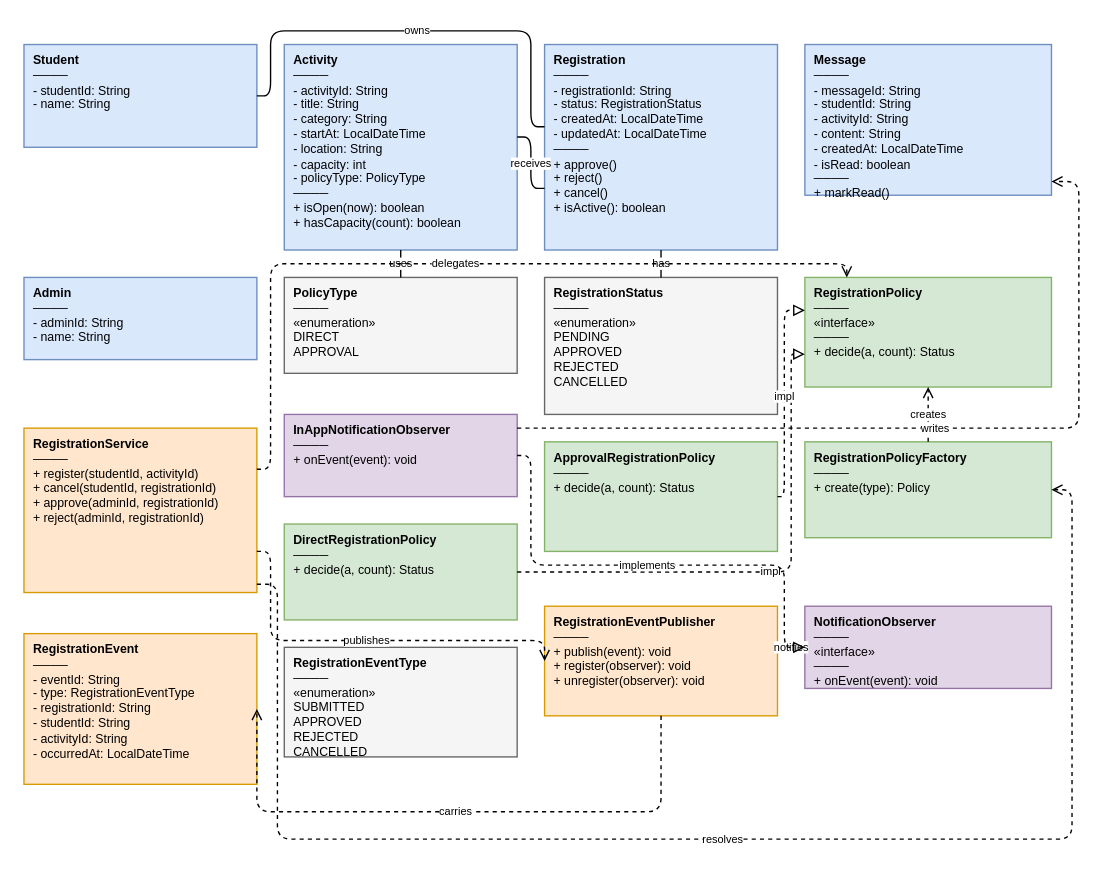
Before: page "02 类图" (2 of 5) of docs/design/diagrams/CampusEvent-design.drawio in Cynyun/CampusEvent, a draw.io diagram. Source tidied: cells renumbered, new cells numbered last; positions are measured from the earlier drawing's top-left corner, leaving out a move shared by most shapes. Both pictures are drawn from the tidied source at 137%, with x=0, y=0 at pixel (23, 30).
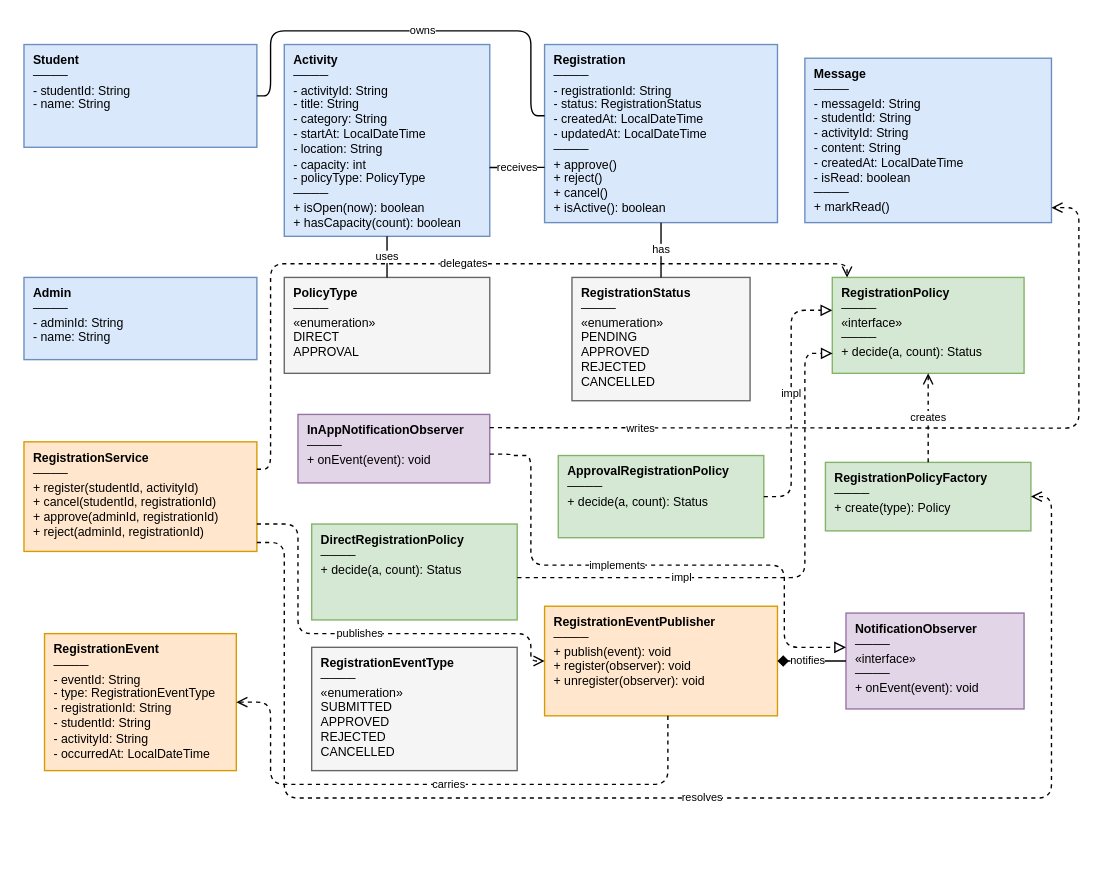
Above is the later version.

Unchanged cells that the change refers to:
```xml
<mxCell id="2" value="&lt;b&gt;Student&lt;/b&gt;&lt;br&gt;────&lt;br&gt;- studentId: String&lt;br&gt;- name: String" style="rounded=0;fillColor=#dae8fc;strokeColor=#6c8ebf;fontSize=9;align=left;verticalAlign=top;spacingLeft=5;spacingRight=5;whiteSpace=wrap;html=1;" parent="1" vertex="1">
  <mxGeometry y="10" width="170" height="75" as="geometry" />
</mxCell>
<mxCell id="17" value="&lt;b&gt;RegistrationEventPublisher&lt;/b&gt;&lt;br&gt;────&lt;br&gt;+ publish(event): void&lt;br&gt;+ register(observer): void&lt;br&gt;+ unregister(observer): void" style="rounded=0;fillColor=#ffe6cc;strokeColor=#d79b00;fontSize=9;align=left;verticalAlign=top;spacingLeft=5;spacingRight=5;whiteSpace=wrap;html=1;" parent="1" vertex="1">
  <mxGeometry x="380" y="420" width="170" height="80" as="geometry" />
</mxCell>
```

The edit, as a diff of the source:
```diff
@@
     <mxCell id="3" value="&lt;b&gt;Activity&lt;/b&gt;&lt;br&gt;────&lt;br&gt;- activityId: String&lt;br&gt;- title: String&lt;br&gt;- category: String&lt;br&gt;- startAt: LocalDateTime&lt;br&gt;- location: String&lt;br&gt;- capacity: int&lt;br&gt;- policyType: PolicyType&lt;br&gt;────&lt;br&gt;+ isOpen(now): boolean&lt;br&gt;+ hasCapacity(count): boolean" style="rounded=0;fillColor=#dae8fc;strokeColor=#6c8ebf;fontSize=9;align=left;verticalAlign=top;spacingLeft=5;spacingRight=5;whiteSpace=wrap;html=1;" parent="1" vertex="1">
-      <mxGeometry x="190" y="10" width="170" height="150" as="geometry" />
+      <mxGeometry x="190" y="10" width="150" height="140" as="geometry" />
     </mxCell>
     <mxCell id="4" value="&lt;b&gt;Registration&lt;/b&gt;&lt;br&gt;────&lt;br&gt;- registrationId: String&lt;br&gt;- status: RegistrationStatus&lt;br&gt;- createdAt: LocalDateTime&lt;br&gt;- updatedAt: LocalDateTime&lt;br&gt;────&lt;br&gt;+ approve()&lt;br&gt;+ reject()&lt;br&gt;+ cancel()&lt;br&gt;+ isActive(): boolean" style="rounded=0;fillColor=#dae8fc;strokeColor=#6c8ebf;fontSize=9;align=left;verticalAlign=top;spacingLeft=5;spacingRight=5;whiteSpace=wrap;html=1;" parent="1" vertex="1">
-      <mxGeometry x="380" y="10" width="170" height="150" as="geometry" />
+      <mxGeometry x="380" y="10" width="170" height="130" as="geometry" />
     </mxCell>
     <mxCell id="5" value="&lt;b&gt;Message&lt;/b&gt;&lt;br&gt;────&lt;br&gt;- messageId: String&lt;br&gt;- studentId: String&lt;br&gt;- activityId: String&lt;br&gt;- content: String&lt;br&gt;- createdAt: LocalDateTime&lt;br&gt;- isRead: boolean&lt;br&gt;────&lt;br&gt;+ markRead()" style="rounded=0;fillColor=#dae8fc;strokeColor=#6c8ebf;fontSize=9;align=left;verticalAlign=top;spacingLeft=5;spacingRight=5;whiteSpace=wrap;html=1;" parent="1" vertex="1">
-      <mxGeometry x="570" y="10" width="180" height="110" as="geometry" />
+      <mxGeometry x="570" y="20" width="180" height="120" as="geometry" />
     </mxCell>
@@
     <mxCell id="7" value="&lt;b&gt;PolicyType&lt;/b&gt;&lt;br&gt;────&lt;br&gt;«enumeration»&lt;br&gt;DIRECT&lt;br&gt;APPROVAL" style="rounded=0;fillColor=#f5f5f5;strokeColor=#666666;fontSize=9;align=left;verticalAlign=top;spacingLeft=5;spacingRight=5;whiteSpace=wrap;html=1;" parent="1" vertex="1">
-      <mxGeometry x="190" y="180" width="170" height="70" as="geometry" />
+      <mxGeometry x="190" y="180" width="150" height="70" as="geometry" />
     </mxCell>
     <mxCell id="8" value="&lt;b&gt;RegistrationStatus&lt;/b&gt;&lt;br&gt;────&lt;br&gt;«enumeration»&lt;br&gt;PENDING&lt;br&gt;APPROVED&lt;br&gt;REJECTED&lt;br&gt;CANCELLED" style="rounded=0;fillColor=#f5f5f5;strokeColor=#666666;fontSize=9;align=left;verticalAlign=top;spacingLeft=5;spacingRight=5;whiteSpace=wrap;html=1;" parent="1" vertex="1">
-      <mxGeometry x="380" y="180" width="170" height="100" as="geometry" />
+      <mxGeometry x="400" y="180" width="130" height="90" as="geometry" />
     </mxCell>
     <mxCell id="9" value="&lt;b&gt;RegistrationPolicy&lt;/b&gt;&lt;br&gt;────&lt;br&gt;«interface»&lt;br&gt;────&lt;br&gt;+ decide(a, count): Status" style="rounded=0;fillColor=#d5e8d4;strokeColor=#82b366;fontSize=9;align=left;verticalAlign=top;spacingLeft=5;spacingRight=5;whiteSpace=wrap;html=1;" parent="1" vertex="1">
-      <mxGeometry x="570" y="180" width="180" height="80" as="geometry" />
+      <mxGeometry x="590" y="180" width="140" height="70" as="geometry" />
     </mxCell>
     <mxCell id="10" value="&lt;b&gt;InAppNotificationObserver&lt;/b&gt;&lt;br&gt;────&lt;br&gt;+ onEvent(event): void" style="rounded=0;fillColor=#e1d5e7;strokeColor=#9673a6;fontSize=9;align=left;verticalAlign=top;spacingLeft=5;spacingRight=5;whiteSpace=wrap;html=1;" parent="1" vertex="1">
-      <mxGeometry x="190" y="280" width="170" height="60" as="geometry" />
+      <mxGeometry x="200" y="280" width="140" height="50" as="geometry" />
     </mxCell>
     <mxCell id="11" value="&lt;b&gt;DirectRegistrationPolicy&lt;/b&gt;&lt;br&gt;────&lt;br&gt;+ decide(a, count): Status" style="rounded=0;fillColor=#d5e8d4;strokeColor=#82b366;fontSize=9;align=left;verticalAlign=top;spacingLeft=5;spacingRight=5;whiteSpace=wrap;html=1;" parent="1" vertex="1">
-      <mxGeometry x="190" y="360" width="170" height="70" as="geometry" />
+      <mxGeometry x="210" y="360" width="150" height="70" as="geometry" />
     </mxCell>
     <mxCell id="12" value="&lt;b&gt;ApprovalRegistrationPolicy&lt;/b&gt;&lt;br&gt;────&lt;br&gt;+ decide(a, count): Status" style="rounded=0;fillColor=#d5e8d4;strokeColor=#82b366;fontSize=9;align=left;verticalAlign=top;spacingLeft=5;spacingRight=5;whiteSpace=wrap;html=1;" parent="1" vertex="1">
-      <mxGeometry x="380" y="300" width="170" height="80" as="geometry" />
+      <mxGeometry x="390" y="310" width="150" height="60" as="geometry" />
     </mxCell>
     <mxCell id="13" value="&lt;b&gt;RegistrationPolicyFactory&lt;/b&gt;&lt;br&gt;────&lt;br&gt;+ create(type): Policy" style="rounded=0;fillColor=#d5e8d4;strokeColor=#82b366;fontSize=9;align=left;verticalAlign=top;spacingLeft=5;spacingRight=5;whiteSpace=wrap;html=1;" parent="1" vertex="1">
-      <mxGeometry x="570" y="300" width="180" height="70" as="geometry" />
+      <mxGeometry x="585" y="315" width="150" height="50" as="geometry" />
     </mxCell>
     <mxCell id="14" value="&lt;b&gt;RegistrationService&lt;/b&gt;&lt;br&gt;────&lt;br&gt;+ register(studentId, activityId)&lt;br&gt;+ cancel(studentId, registrationId)&lt;br&gt;+ approve(adminId, registrationId)&lt;br&gt;+ reject(adminId, registrationId)" style="rounded=0;fillColor=#ffe6cc;strokeColor=#d79b00;fontSize=9;align=left;verticalAlign=top;spacingLeft=5;spacingRight=5;whiteSpace=wrap;html=1;" parent="1" vertex="1">
-      <mxGeometry y="290" width="170" height="120" as="geometry" />
+      <mxGeometry y="300" width="170" height="80" as="geometry" />
     </mxCell>
     <mxCell id="15" value="&lt;b&gt;RegistrationEvent&lt;/b&gt;&lt;br&gt;────&lt;br&gt;- eventId: String&lt;br&gt;- type: RegistrationEventType&lt;br&gt;- registrationId: String&lt;br&gt;- studentId: String&lt;br&gt;- activityId: String&lt;br&gt;- occurredAt: LocalDateTime" style="rounded=0;fillColor=#ffe6cc;strokeColor=#d79b00;fontSize=9;align=left;verticalAlign=top;spacingLeft=5;spacingRight=5;whiteSpace=wrap;html=1;" parent="1" vertex="1">
-      <mxGeometry y="440" width="170" height="110" as="geometry" />
+      <mxGeometry x="15" y="440" width="140" height="100" as="geometry" />
     </mxCell>
     <mxCell id="16" value="&lt;b&gt;RegistrationEventType&lt;/b&gt;&lt;br&gt;────&lt;br&gt;«enumeration»&lt;br&gt;SUBMITTED&lt;br&gt;APPROVED&lt;br&gt;REJECTED&lt;br&gt;CANCELLED" style="rounded=0;fillColor=#f5f5f5;strokeColor=#666666;fontSize=9;align=left;verticalAlign=top;spacingLeft=5;spacingRight=5;whiteSpace=wrap;html=1;" parent="1" vertex="1">
-      <mxGeometry x="190" y="450" width="170" height="80" as="geometry" />
+      <mxGeometry x="210" y="450" width="150" height="90" as="geometry" />
     </mxCell>
@@
     <mxCell id="18" value="&lt;b&gt;NotificationObserver&lt;/b&gt;&lt;br&gt;────&lt;br&gt;«interface»&lt;br&gt;────&lt;br&gt;+ onEvent(event): void" style="rounded=0;fillColor=#e1d5e7;strokeColor=#9673a6;fontSize=9;align=left;verticalAlign=top;spacingLeft=5;spacingRight=5;whiteSpace=wrap;html=1;" parent="1" vertex="1">
-      <mxGeometry x="570" y="420" width="180" height="60" as="geometry" />
+      <mxGeometry x="600" y="425" width="130" height="70" as="geometry" />
     </mxCell>
     <mxCell id="19" value="owns" style="edgeStyle=orthogonalEdgeStyle;endArrow=none;fontSize=8;exitX=1;exitY=0.5;entryX=0;entryY=0.4;html=1;" parent="1" edge="1" source="2" target="4">
-      <mxGeometry relative="1" as="geometry">
+      <mxGeometry x="0.05" relative="1" as="geometry">
         <Array as="points">
-          <mxPoint x="180" y="48" />
+          <mxPoint x="180" y="47.5" />
           <mxPoint x="180" />
           <mxPoint x="370" />
-          <mxPoint x="370" y="70" />
+          <mxPoint x="370" y="62" />
         </Array>
       </mxGeometry>
     </mxCell>
-    <mxCell id="20" value="receives" style="edgeStyle=orthogonalEdgeStyle;endArrow=none;fontSize=8;exitX=1;exitY=0.45;entryX=0;entryY=0.7;html=1;" parent="1" edge="1" source="3" target="4">
-      <mxGeometry relative="1" as="geometry">
-        <Array as="points">
-          <mxPoint x="370" y="77" />
-          <mxPoint x="370" y="115" />
-        </Array>
-      </mxGeometry>
+    <mxCell id="20" value="receives" style="edgeStyle=orthogonalEdgeStyle;endArrow=none;fontSize=8;exitX=0.999;exitY=0.641;html=1;exitDx=0;exitDy=0;exitPerimeter=0;entryX=0;entryY=0.69;entryDx=0;entryDy=0;entryPerimeter=0;" parent="1" edge="1" source="3" target="4">
+      <mxGeometry relative="1" as="geometry" />
     </mxCell>
@@
-    <mxCell id="23" value="impl" style="endArrow=block;dashed=1;endFill=0;fontSize=8;html=1;edgeStyle=orthogonalEdgeStyle;exitX=1;exitY=0.5;entryX=0;entryY=0.7;" parent="1" edge="1" source="11" target="9">
-      <mxGeometry relative="1" as="geometry">
+    <mxCell id="23" value="impl" style="endArrow=block;dashed=1;endFill=0;fontSize=8;html=1;edgeStyle=orthogonalEdgeStyle;exitX=1.001;exitY=0.559;entryX=0.002;entryY=0.792;exitDx=0;exitDy=0;exitPerimeter=0;entryDx=0;entryDy=0;entryPerimeter=0;" parent="1" edge="1" source="11" target="9">
+      <mxGeometry x="-0.39" relative="1" as="geometry">
         <Array as="points">
-          <mxPoint x="560" y="395" />
-          <mxPoint x="560" y="236" />
+          <mxPoint x="570" y="399.1" />
+          <mxPoint x="570" y="235.4" />
         </Array>
       </mxGeometry>
     </mxCell>
-    <mxCell id="24" value="impl" style="endArrow=block;dashed=1;endFill=0;fontSize=8;html=1;edgeStyle=orthogonalEdgeStyle;labelBackgroundColor=#ffffff;exitX=1;exitY=0.5;entryX=0;entryY=0.3;" parent="1" edge="1" source="12" target="9">
-      <mxGeometry relative="1" as="geometry">
+    <mxCell id="24" value="impl" style="endArrow=block;dashed=1;endFill=0;fontSize=8;html=1;edgeStyle=orthogonalEdgeStyle;labelBackgroundColor=#ffffff;exitX=1;exitY=0.5;" parent="1" edge="1" source="12">
+      <mxGeometry x="0.02" relative="1" as="geometry">
+        <mxPoint x="590" y="204" as="targetPoint" />
         <Array as="points">
-          <mxPoint x="555" y="340" />
-          <mxPoint x="555" y="204" />
+          <mxPoint x="560" y="340" />
+          <mxPoint x="560" y="204" />
         </Array>
       </mxGeometry>
     </mxCell>
@@
-    <mxCell id="26" value="delegates" style="edgeStyle=orthogonalEdgeStyle;endArrow=open;dashed=1;fontSize=8;exitX=1;exitY=0.25;entryX=0.17;entryY=0;html=1;" parent="1" edge="1" source="14" target="9">
-      <mxGeometry relative="1" as="geometry">
+    <mxCell id="26" value="delegates" style="edgeStyle=orthogonalEdgeStyle;endArrow=open;dashed=1;fontSize=8;exitX=1;exitY=0.25;entryX=0.077;entryY=0.002;html=1;entryDx=0;entryDy=0;entryPerimeter=0;" parent="1" edge="1" source="14" target="9">
+      <mxGeometry x="0.02" relative="1" as="geometry">
         <Array as="points">
           <mxPoint x="180" y="320" />
           <mxPoint x="180" y="170" />
-          <mxPoint x="600" y="170" />
+          <mxPoint x="600.8" y="170" />
         </Array>
       </mxGeometry>
     </mxCell>
     <mxCell id="27" value="publishes" style="edgeStyle=orthogonalEdgeStyle;endArrow=open;dashed=1;fontSize=8;exitX=1;exitY=0.75;entryX=0;entryY=0.5;html=1;" parent="1" edge="1" source="14" target="17">
       <mxGeometry relative="1" as="geometry">
         <Array as="points">
-          <mxPoint x="180" y="380" />
-          <mxPoint x="180" y="445" />
-          <mxPoint x="380" y="445" />
+          <mxPoint x="200" y="360" />
+          <mxPoint x="200" y="440" />
+          <mxPoint x="370" y="440" />
+          <mxPoint x="370" y="460" />
         </Array>
       </mxGeometry>
     </mxCell>
-    <mxCell id="28" value="notifies" style="edgeStyle=orthogonalEdgeStyle;fontSize=8;startArrow=diamond;startFill=1;endArrow=none;entryX=0;entryY=0.5;html=1;exitX=1;exitY=0.375;exitDx=0;exitDy=0;" parent="1" edge="1" source="17" target="18">
-      <mxGeometry relative="1" as="geometry" />
+    <mxCell id="28" value="notifies" style="edgeStyle=orthogonalEdgeStyle;fontSize=8;startArrow=diamond;startFill=1;endArrow=none;entryX=0;entryY=0.5;html=1;exitX=1;exitY=0.5;exitDx=0;exitDy=0;" parent="1" edge="1" source="17" target="18">
+      <mxGeometry x="-0.14" relative="1" as="geometry" />
     </mxCell>
-    <mxCell id="29" value="implements" style="edgeStyle=orthogonalEdgeStyle;endArrow=block;dashed=1;endFill=0;fontSize=8;exitX=1;exitY=0.5;entryX=0;entryY=0.5;html=1;" parent="1" edge="1" source="10" target="18">
-      <mxGeometry relative="1" as="geometry">
+    <mxCell id="29" value="implements" style="edgeStyle=orthogonalEdgeStyle;endArrow=block;dashed=1;endFill=0;fontSize=8;exitX=1;exitY=0.58;html=1;entryX=0;entryY=0.357;entryDx=0;entryDy=0;entryPerimeter=0;exitDx=0;exitDy=0;exitPerimeter=0;" parent="1" edge="1" source="10" target="18">
+      <mxGeometry x="-0.13" relative="1" as="geometry">
         <Array as="points">
+          <mxPoint x="355" y="310" />
           <mxPoint x="370" y="310" />
           <mxPoint x="370" y="390" />
           <mxPoint x="555" y="390" />
           <mxPoint x="555" y="450" />
         </Array>
       </mxGeometry>
     </mxCell>
-    <mxCell id="30" value="writes" style="endArrow=open;dashed=1;fontSize=8;html=1;labelBackgroundColor=default;edgeStyle=orthogonalEdgeStyle;exitX=1;exitY=0.16667;exitDx=0;exitDy=0;entryX=1;entryY=0.90909;entryDx=0;entryDy=0;" parent="1" edge="1" source="10" target="5">
-      <mxGeometry relative="1" as="geometry">
+    <mxCell id="30" value="writes" style="endArrow=open;dashed=1;fontSize=8;html=1;labelBackgroundColor=default;edgeStyle=orthogonalEdgeStyle;exitX=1;exitY=0.193;exitDx=0;exitDy=0;entryX=1;entryY=0.90909;entryDx=0;entryDy=0;exitPerimeter=0;" parent="1" edge="1" source="10" target="5">
+      <mxGeometry x="-0.64" relative="1" as="geometry">
         <Array as="points">
+          <mxPoint x="360" y="289.7" />
           <mxPoint x="770" y="290" />
-          <mxPoint x="770" y="110" />
+          <mxPoint x="770" y="129.1" />
         </Array>
       </mxGeometry>
     </mxCell>
-    <mxCell id="31" value="carries" style="edgeStyle=orthogonalEdgeStyle;endArrow=open;dashed=1;fontSize=8;exitX=0.5;exitY=1;entryX=1;entryY=0.5;html=1;" parent="1" edge="1" source="17" target="15">
-      <mxGeometry relative="1" as="geometry">
+    <mxCell id="31" value="carries" style="edgeStyle=orthogonalEdgeStyle;endArrow=open;dashed=1;fontSize=8;exitX=0.5;exitY=1;entryX=1;entryY=0.5;html=1;entryDx=0;entryDy=0;" parent="1" edge="1" target="15">
+      <mxGeometry x="-0.01" relative="1" as="geometry">
+        <mxPoint x="470" y="500" as="sourcePoint" />
         <Array as="points">
-          <mxPoint x="465" y="570" />
-          <mxPoint x="170" y="570" />
-          <mxPoint x="170" y="495" />
+          <mxPoint x="470" y="550" />
+          <mxPoint x="180" y="550" />
+          <mxPoint x="180" y="490" />
         </Array>
       </mxGeometry>
     </mxCell>
-    <mxCell id="32" value="resolves" style="edgeStyle=orthogonalEdgeStyle;endArrow=open;dashed=1;fontSize=8;labelBackgroundColor=#ffffff;exitX=1;exitY=0.95;entryX=1;entryY=0.5;html=1;" parent="1" edge="1" source="14" target="13">
-      <mxGeometry relative="1" as="geometry">
+    <mxCell id="32" value="resolves" style="edgeStyle=orthogonalEdgeStyle;endArrow=open;dashed=1;fontSize=8;labelBackgroundColor=#ffffff;exitX=1;exitY=0.95;entryX=1;entryY=0.5;html=1;entryDx=0;entryDy=0;" parent="1" edge="1" target="13">
+      <mxGeometry x="0.02" relative="1" as="geometry">
+        <mxPoint x="170" y="373.5" as="sourcePoint" />
         <Array as="points">
-          <mxPoint x="185" y="404" />
-          <mxPoint x="185" y="590" />
-          <mxPoint x="765" y="590" />
-          <mxPoint x="765" y="335" />
+          <mxPoint x="190" y="373.5" />
+          <mxPoint x="190" y="560" />
+          <mxPoint x="750" y="560" />
+          <mxPoint x="750" y="340" />
         </Array>
       </mxGeometry>
     </mxCell>
+    <mxCell id="33" style="edgeStyle=orthogonalEdgeStyle;rounded=0;orthogonalLoop=1;jettySize=auto;html=1;innerLoopWaypoints=1;exitX=0.5;exitY=1;exitDx=0;exitDy=0;" parent="1" edge="1" source="4" target="4">
+      <mxGeometry relative="1" as="geometry" />
+    </mxCell>
```
